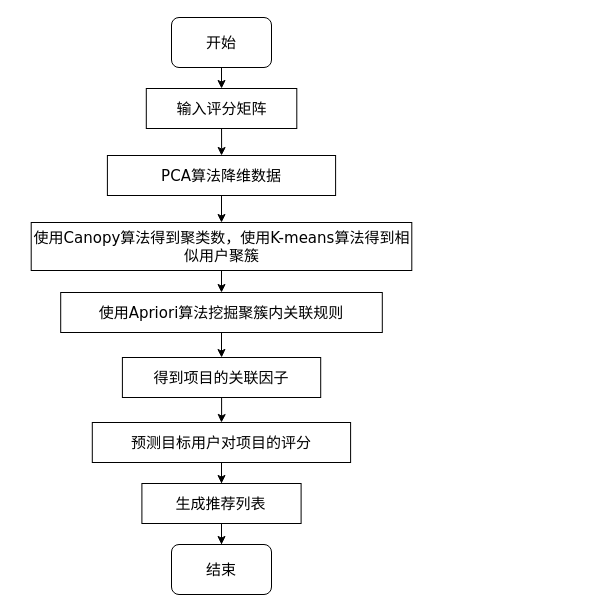
Before: picture/DCF算法流程图.drawio in QAQ5685150/diagrams, a draw.io diagram. Source tidied: cells renumbered, new cells numbered last; positions are measured from the earlier drawing's top-left corner, leaving out a move shared by most shapes. Both pictures are drawn from the tidied source at 100%, with x=0, y=0 at pixel (31, 17).
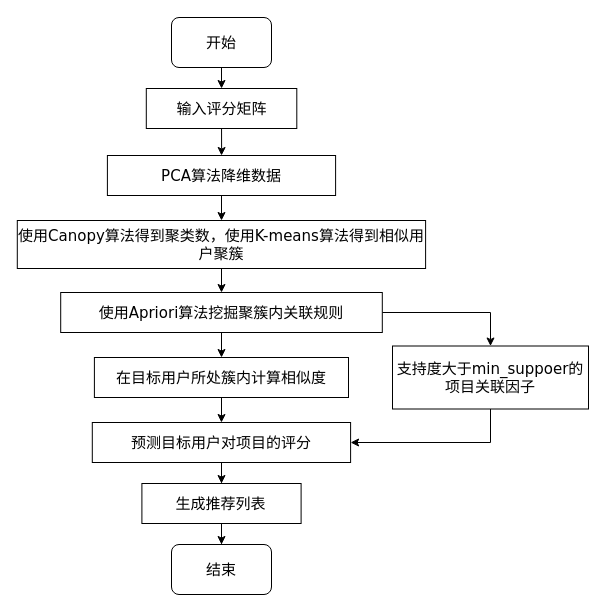
After the change.

Commit message:
更新DCF算法流程图.drawio

Unchanged cells that the change refers to:
```xml
<mxCell id="11" value="使用Apriori算法挖掘聚簇内关联规则" style="rounded=0;whiteSpace=wrap;html=1;fontFamily=Verdana;fontSize=15;fontStyle=0;spacing=2;" parent="1" vertex="1">
  <mxGeometry x="29.2" y="275" width="321.6" height="40" as="geometry" />
</mxCell>
<mxCell id="13" value="预测目标用户对项目的评分" style="rounded=0;whiteSpace=wrap;html=1;fontFamily=Verdana;fontSize=15;fontStyle=0;spacing=2;" parent="1" vertex="1">
  <mxGeometry x="60.8" y="405" width="258.3" height="40" as="geometry" />
</mxCell>
```

What changed in the source:
```diff
@@
     <mxCell id="9" value="使用Canopy算法得到聚类数，使用K-means算法得到相似用户聚簇" style="rounded=0;whiteSpace=wrap;html=1;fontFamily=Verdana;fontSize=15;fontStyle=0;spacing=2;" parent="1" vertex="1">
-      <mxGeometry x="-0.3" y="205" width="380.6" height="48" as="geometry" />
+      <mxGeometry x="-14.2" y="203" width="408.3" height="48" as="geometry" />
     </mxCell>
@@
+    <mxCell id="19" style="edgeStyle=orthogonalEdgeStyle;rounded=0;jettySize=auto;html=1;exitX=1;exitY=0.5;exitDx=0;exitDy=0;entryX=0.5;entryY=0;entryDx=0;entryDy=0;" parent="1" edge="1" source="11" target="21">
+      <mxGeometry relative="1" as="geometry" />
+    </mxCell>
@@
-    <mxCell id="18" value="得到项目的关联因子" style="rounded=0;whiteSpace=wrap;html=1;fontFamily=Verdana;fontSize=15;fontStyle=0;spacing=2;" parent="1" vertex="1">
-      <mxGeometry x="90.9" y="340" width="198.3" height="40" as="geometry" />
+    <mxCell id="18" value="在目标用户所处簇内计算相似度" style="rounded=0;whiteSpace=wrap;html=1;fontFamily=Verdana;fontSize=15;fontStyle=0;spacing=2;" parent="1" vertex="1">
+      <mxGeometry x="62.9" y="340" width="254.1" height="40" as="geometry" />
     </mxCell>
+    <mxCell id="20" style="edgeStyle=orthogonalEdgeStyle;rounded=0;jettySize=auto;html=1;exitX=0.5;exitY=1;exitDx=0;exitDy=0;entryX=1;entryY=0.5;entryDx=0;entryDy=0;" parent="1" edge="1" source="21" target="13">
+      <mxGeometry relative="1" as="geometry" />
+    </mxCell>
+    <mxCell id="21" value="支持度大于min_suppoer的项目关联因子" style="rounded=0;whiteSpace=wrap;html=1;fontFamily=Verdana;fontSize=15;fontStyle=0;spacing=2;" parent="1" vertex="1">
+      <mxGeometry x="361" y="328.5" width="196" height="63" as="geometry" />
+    </mxCell>
```
